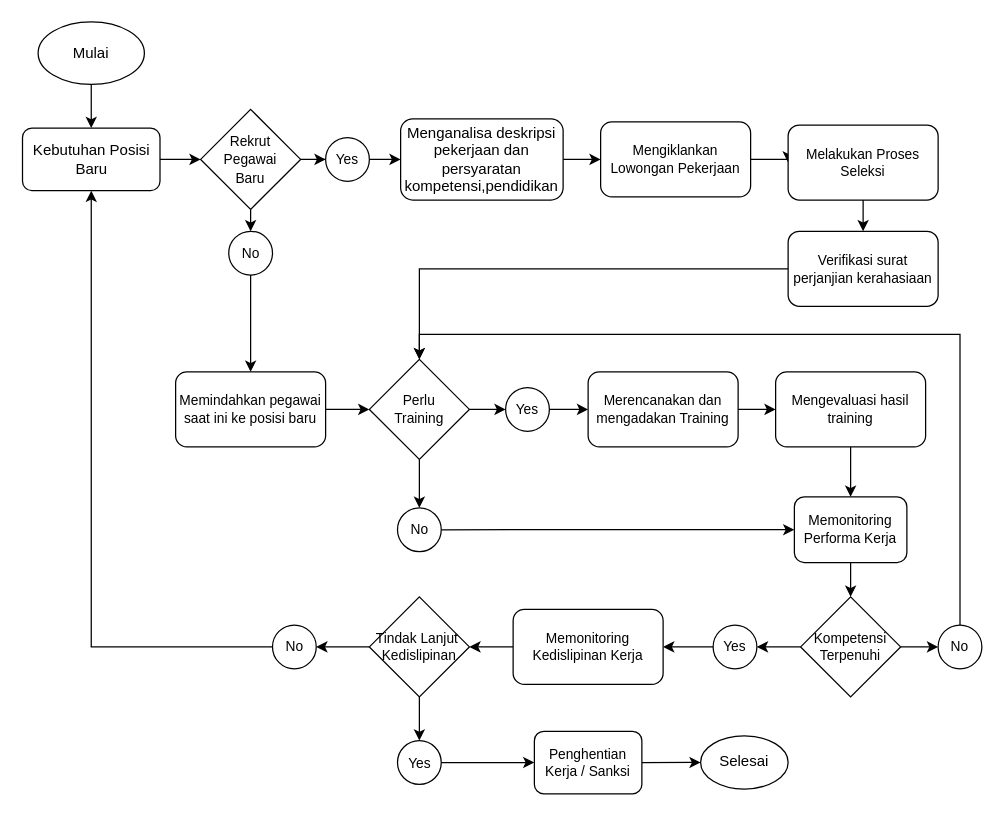
Before: page "Page-1" (1 of 5) of sdm.drawio in kidygamer/trytocode, a draw.io diagram. Source tidied: cells renumbered, new cells numbered last; positions are measured from the earlier drawing's top-left corner, leaving out a move shared by most shapes. Both pictures are drawn from the tidied source at 125%, with x=0, y=0 at pixel (22, 21).
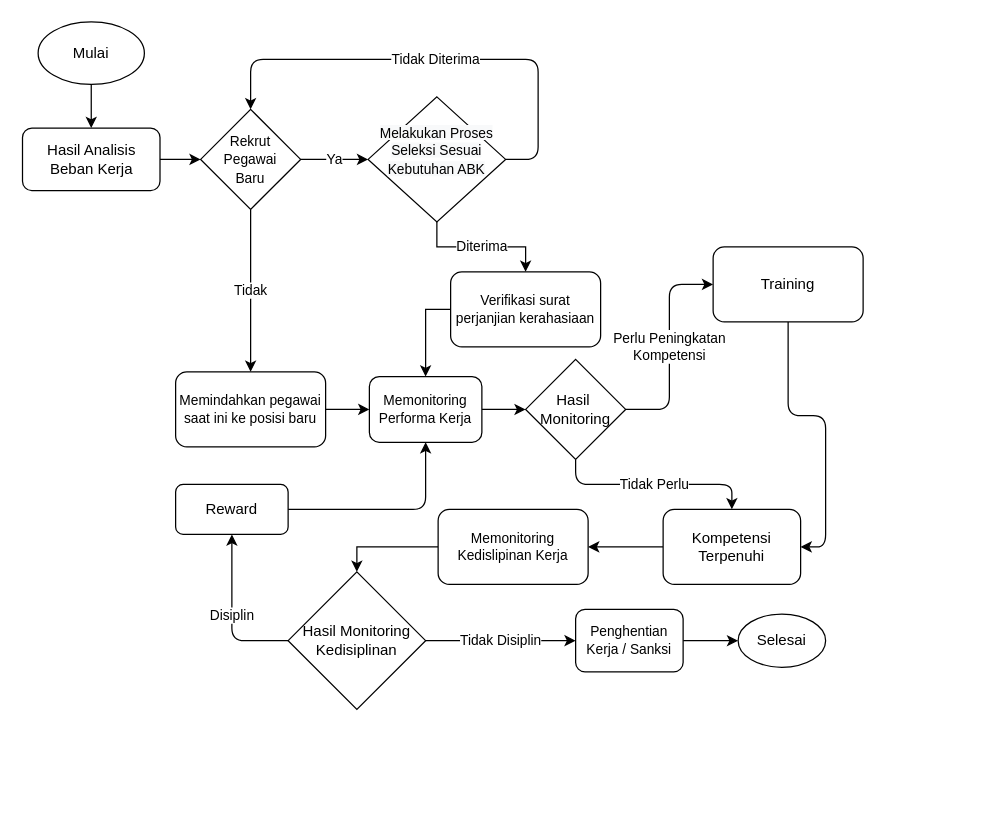
The same page after the edit.

The change refers to these unchanged cells:
```xml
<mxCell id="10" value="&lt;font style=&quot;font-size: 11px;&quot;&gt;Rekrut &lt;br&gt;Pegawai &lt;br&gt;Baru&lt;/font&gt;" style="rhombus;whiteSpace=wrap;html=1;" parent="1" vertex="1">
  <mxGeometry x="142" y="70" width="80" height="80" as="geometry" />
</mxCell>
<mxCell id="25" value="Memindahkan pegawai saat ini ke posisi baru" style="rounded=1;whiteSpace=wrap;html=1;fontSize=11;" parent="1" vertex="1">
  <mxGeometry x="122" y="280" width="120" height="60" as="geometry" />
</mxCell>
```

Diff of the diagram source:
```diff
@@
-    <mxCell id="5" value="Kebutuhan Posisi Baru" style="rounded=1;whiteSpace=wrap;html=1;" parent="1" vertex="1">
+    <mxCell id="5" value="Hasil Analisis Beban Kerja" style="rounded=1;whiteSpace=wrap;html=1;" parent="1" vertex="1">
       <mxGeometry x="-0.5" y="85" width="110" height="50" as="geometry" />
     </mxCell>
-    <mxCell id="6" style="edgeStyle=orthogonalEdgeStyle;rounded=0;jettySize=auto;html=1;exitX=1;exitY=0.5;exitDx=0;exitDy=0;entryX=0;entryY=0.5;entryDx=0;entryDy=0;fontSize=11;" parent="1" edge="1" source="7" target="16">
-      <mxGeometry relative="1" as="geometry" />
-    </mxCell>
-    <mxCell id="7" value="Menganalisa deskripsi pekerjaan dan persyaratan kompetensi,pendidikan" style="rounded=1;whiteSpace=wrap;html=1;" parent="1" vertex="1">
-      <mxGeometry x="302" y="77.5" width="130" height="65" as="geometry" />
-    </mxCell>
-    <mxCell id="8" style="edgeStyle=orthogonalEdgeStyle;rounded=0;jettySize=auto;html=1;exitX=1;exitY=0.5;exitDx=0;exitDy=0;fontSize=11;" parent="1" edge="1" source="10" target="12">
+    <mxCell id="8" value="Ya" style="edgeStyle=orthogonalEdgeStyle;rounded=0;jettySize=auto;html=1;exitX=1;exitY=0.5;exitDx=0;exitDy=0;fontSize=11;entryX=0;entryY=0.5;entryDx=0;entryDy=0;" parent="1" edge="1" source="10" target="56">
       <mxGeometry relative="1" as="geometry" />
     </mxCell>
-    <mxCell id="9" style="edgeStyle=orthogonalEdgeStyle;rounded=0;jettySize=auto;html=1;exitX=0.5;exitY=1;exitDx=0;exitDy=0;fontSize=11;entryX=0.5;entryY=0;entryDx=0;entryDy=0;" parent="1" edge="1" source="10" target="14">
+    <mxCell id="9" value="Tidak" style="edgeStyle=orthogonalEdgeStyle;rounded=0;jettySize=auto;html=1;exitX=0.5;exitY=1;exitDx=0;exitDy=0;fontSize=11;entryX=0.5;entryY=0;entryDx=0;entryDy=0;" parent="1" edge="1" source="10" target="25">
       <mxGeometry relative="1" as="geometry" />
     </mxCell>
@@
-    <mxCell id="11" style="edgeStyle=orthogonalEdgeStyle;rounded=0;jettySize=auto;html=1;exitX=1;exitY=0.5;exitDx=0;exitDy=0;entryX=0;entryY=0.5;entryDx=0;entryDy=0;fontSize=11;" parent="1" edge="1" source="12" target="7">
-      <mxGeometry relative="1" as="geometry" />
-    </mxCell>
-    <mxCell id="12" value="Yes" style="ellipse;whiteSpace=wrap;html=1;fontSize=11;" parent="1" vertex="1">
-      <mxGeometry x="242" y="92.5" width="35" height="35" as="geometry" />
-    </mxCell>
-    <mxCell id="13" style="edgeStyle=orthogonalEdgeStyle;rounded=0;jettySize=auto;html=1;exitX=0.5;exitY=1;exitDx=0;exitDy=0;entryX=0.5;entryY=0;entryDx=0;entryDy=0;fontSize=11;" parent="1" edge="1" source="14" target="25">
-      <mxGeometry relative="1" as="geometry" />
-    </mxCell>
-    <mxCell id="14" value="No" style="ellipse;whiteSpace=wrap;html=1;fontSize=11;" parent="1" vertex="1">
-      <mxGeometry x="164.5" y="167.5" width="35" height="35" as="geometry" />
-    </mxCell>
-    <mxCell id="15" style="edgeStyle=orthogonalEdgeStyle;rounded=0;jettySize=auto;html=1;exitX=1;exitY=0.5;exitDx=0;exitDy=0;entryX=0;entryY=0.5;entryDx=0;entryDy=0;fontSize=11;" parent="1" edge="1" source="16" target="18">
-      <mxGeometry relative="1" as="geometry" />
-    </mxCell>
-    <mxCell id="16" value="Mengiklankan Lowongan Pekerjaan" style="rounded=1;whiteSpace=wrap;html=1;fontSize=11;" parent="1" vertex="1">
-      <mxGeometry x="462" y="80" width="120" height="60" as="geometry" />
-    </mxCell>
-    <mxCell id="17" style="edgeStyle=orthogonalEdgeStyle;rounded=0;jettySize=auto;html=1;exitX=0.5;exitY=1;exitDx=0;exitDy=0;entryX=0.5;entryY=0;entryDx=0;entryDy=0;fontSize=11;" parent="1" edge="1" source="18" target="20">
+    <mxCell id="17" value="Diterima" style="edgeStyle=orthogonalEdgeStyle;rounded=0;jettySize=auto;html=1;exitX=0.5;exitY=1;exitDx=0;exitDy=0;entryX=0.5;entryY=0;entryDx=0;entryDy=0;fontSize=11;" parent="1" edge="1" source="56" target="20">
       <mxGeometry relative="1" as="geometry" />
     </mxCell>
-    <mxCell id="18" value="Melakukan Proses Seleksi" style="rounded=1;whiteSpace=wrap;html=1;fontSize=11;" parent="1" vertex="1">
-      <mxGeometry x="612" y="82.5" width="120" height="60" as="geometry" />
-    </mxCell>
-    <mxCell id="19" style="edgeStyle=orthogonalEdgeStyle;rounded=0;jettySize=auto;html=1;exitX=0;exitY=0.5;exitDx=0;exitDy=0;entryX=0.5;entryY=0;entryDx=0;entryDy=0;fontSize=11;" parent="1" edge="1" source="20" target="23">
+    <mxCell id="19" style="edgeStyle=orthogonalEdgeStyle;rounded=0;jettySize=auto;html=1;exitX=0;exitY=0.5;exitDx=0;exitDy=0;entryX=0.5;entryY=0;entryDx=0;entryDy=0;fontSize=11;" parent="1" edge="1" source="20" target="35">
       <mxGeometry relative="1" as="geometry" />
     </mxCell>
     <mxCell id="20" value="Verifikasi surat perjanjian kerahasiaan" style="rounded=1;whiteSpace=wrap;html=1;fontSize=11;" parent="1" vertex="1">
-      <mxGeometry x="612" y="167.5" width="120" height="60" as="geometry" />
+      <mxGeometry x="342" y="200" width="120" height="60" as="geometry" />
     </mxCell>
-    <mxCell id="21" style="edgeStyle=orthogonalEdgeStyle;rounded=0;jettySize=auto;html=1;exitX=1;exitY=0.5;exitDx=0;exitDy=0;fontSize=11;entryX=0;entryY=0.5;entryDx=0;entryDy=0;" parent="1" edge="1" source="23" target="27">
-      <mxGeometry relative="1" as="geometry" />
-    </mxCell>
-    <mxCell id="22" style="edgeStyle=orthogonalEdgeStyle;rounded=0;jettySize=auto;html=1;exitX=0.5;exitY=1;exitDx=0;exitDy=0;entryX=0.5;entryY=0;entryDx=0;entryDy=0;fontSize=11;" parent="1" edge="1" source="23" target="29">
-      <mxGeometry relative="1" as="geometry" />
-    </mxCell>
-    <mxCell id="23" value="Perlu&lt;br&gt;Training" style="rhombus;whiteSpace=wrap;html=1;fontSize=11;" parent="1" vertex="1">
-      <mxGeometry x="277" y="270" width="80" height="80" as="geometry" />
-    </mxCell>
-    <mxCell id="24" style="edgeStyle=orthogonalEdgeStyle;rounded=0;jettySize=auto;html=1;exitX=1;exitY=0.5;exitDx=0;exitDy=0;entryX=0;entryY=0.5;entryDx=0;entryDy=0;fontSize=11;" parent="1" edge="1" source="25" target="23">
+    <mxCell id="24" style="edgeStyle=orthogonalEdgeStyle;rounded=0;jettySize=auto;html=1;exitX=1;exitY=0.5;exitDx=0;exitDy=0;entryX=0;entryY=0.5;entryDx=0;entryDy=0;fontSize=11;" parent="1" edge="1" source="25" target="35">
       <mxGeometry relative="1" as="geometry" />
     </mxCell>
@@
-    <mxCell id="26" style="edgeStyle=orthogonalEdgeStyle;rounded=0;jettySize=auto;html=1;exitX=1;exitY=0.5;exitDx=0;exitDy=0;entryX=0;entryY=0.5;entryDx=0;entryDy=0;fontSize=11;" parent="1" edge="1" source="27" target="31">
-      <mxGeometry relative="1" as="geometry" />
-    </mxCell>
-    <mxCell id="27" value="Yes" style="ellipse;whiteSpace=wrap;html=1;fontSize=11;" parent="1" vertex="1">
-      <mxGeometry x="386" y="292.5" width="35" height="35" as="geometry" />
-    </mxCell>
-    <mxCell id="28" style="edgeStyle=orthogonalEdgeStyle;rounded=0;jettySize=auto;html=1;exitX=1;exitY=0.5;exitDx=0;exitDy=0;entryX=0;entryY=0.5;entryDx=0;entryDy=0;fontSize=11;" parent="1" edge="1" source="29" target="35">
-      <mxGeometry relative="1" as="geometry" />
-    </mxCell>
-    <mxCell id="29" value="No" style="ellipse;whiteSpace=wrap;html=1;fontSize=11;" parent="1" vertex="1">
-      <mxGeometry x="299.5" y="388.8" width="35" height="35" as="geometry" />
-    </mxCell>
-    <mxCell id="30" style="edgeStyle=orthogonalEdgeStyle;rounded=0;jettySize=auto;html=1;exitX=1;exitY=0.5;exitDx=0;exitDy=0;entryX=0;entryY=0.5;entryDx=0;entryDy=0;fontSize=11;" parent="1" edge="1" source="31" target="33">
-      <mxGeometry relative="1" as="geometry" />
-    </mxCell>
-    <mxCell id="31" value="Merencanakan dan mengadakan Training" style="rounded=1;whiteSpace=wrap;html=1;fontSize=11;" parent="1" vertex="1">
-      <mxGeometry x="452" y="280" width="120" height="60" as="geometry" />
-    </mxCell>
-    <mxCell id="32" style="edgeStyle=orthogonalEdgeStyle;rounded=0;jettySize=auto;html=1;exitX=0.5;exitY=1;exitDx=0;exitDy=0;entryX=0.5;entryY=0;entryDx=0;entryDy=0;fontSize=11;" parent="1" edge="1" source="33" target="35">
-      <mxGeometry relative="1" as="geometry" />
-    </mxCell>
-    <mxCell id="33" value="Mengevaluasi hasil training" style="rounded=1;whiteSpace=wrap;html=1;fontSize=11;" parent="1" vertex="1">
-      <mxGeometry x="602" y="280" width="120" height="60" as="geometry" />
-    </mxCell>
-    <mxCell id="34" style="edgeStyle=orthogonalEdgeStyle;rounded=0;jettySize=auto;html=1;exitX=0.5;exitY=1;exitDx=0;exitDy=0;entryX=0.5;entryY=0;entryDx=0;entryDy=0;fontSize=11;" parent="1" edge="1" source="35" target="38">
-      <mxGeometry relative="1" as="geometry" />
-    </mxCell>
-    <mxCell id="35" value="Memonitoring Performa Kerja" style="rounded=1;whiteSpace=wrap;html=1;fontSize=11;" parent="1" vertex="1">
-      <mxGeometry x="617" y="380" width="90" height="52.5" as="geometry" />
-    </mxCell>
-    <mxCell id="36" style="edgeStyle=orthogonalEdgeStyle;rounded=0;jettySize=auto;html=1;exitX=0;exitY=0.5;exitDx=0;exitDy=0;entryX=1;entryY=0.5;entryDx=0;entryDy=0;fontSize=11;" parent="1" edge="1" source="38" target="40">
-      <mxGeometry relative="1" as="geometry" />
-    </mxCell>
-    <mxCell id="37" style="edgeStyle=orthogonalEdgeStyle;rounded=0;jettySize=auto;html=1;exitX=1;exitY=0.5;exitDx=0;exitDy=0;entryX=0;entryY=0.5;entryDx=0;entryDy=0;fontSize=11;" parent="1" edge="1" source="38" target="54">
-      <mxGeometry relative="1" as="geometry" />
-    </mxCell>
-    <mxCell id="38" value="Kompetensi&lt;br&gt;Terpenuhi" style="rhombus;whiteSpace=wrap;html=1;fontSize=11;" parent="1" vertex="1">
-      <mxGeometry x="622" y="460" width="80" height="80" as="geometry" />
-    </mxCell>
-    <mxCell id="39" style="edgeStyle=orthogonalEdgeStyle;rounded=0;jettySize=auto;html=1;exitX=0;exitY=0.5;exitDx=0;exitDy=0;entryX=1;entryY=0.5;entryDx=0;entryDy=0;fontSize=11;" parent="1" edge="1" source="40" target="42">
-      <mxGeometry relative="1" as="geometry" />
-    </mxCell>
-    <mxCell id="40" value="Yes" style="ellipse;whiteSpace=wrap;html=1;fontSize=11;" parent="1" vertex="1">
-      <mxGeometry x="552" y="482.5" width="35" height="35" as="geometry" />
-    </mxCell>
-    <mxCell id="41" style="edgeStyle=orthogonalEdgeStyle;rounded=0;jettySize=auto;html=1;exitX=0;exitY=0.5;exitDx=0;exitDy=0;entryX=1;entryY=0.5;entryDx=0;entryDy=0;fontSize=11;" parent="1" edge="1" source="42" target="45">
+    <mxCell id="41" style="edgeStyle=orthogonalEdgeStyle;rounded=0;jettySize=auto;html=1;exitX=0;exitY=0.5;exitDx=0;exitDy=0;entryX=0.5;entryY=0;entryDx=0;entryDy=0;fontSize=11;" parent="1" edge="1" source="42" target="66">
       <mxGeometry relative="1" as="geometry" />
     </mxCell>
     <mxCell id="42" value="Memonitoring Kedislipinan Kerja" style="rounded=1;whiteSpace=wrap;html=1;fontSize=11;" parent="1" vertex="1">
-      <mxGeometry x="392" y="470" width="120" height="60" as="geometry" />
+      <mxGeometry x="332" y="390" width="120" height="60" as="geometry" />
     </mxCell>
-    <mxCell id="43" style="edgeStyle=orthogonalEdgeStyle;rounded=0;jettySize=auto;html=1;exitX=0;exitY=0.5;exitDx=0;exitDy=0;entryX=1;entryY=0.5;entryDx=0;entryDy=0;fontSize=11;" parent="1" edge="1" source="45" target="49">
-      <mxGeometry relative="1" as="geometry" />
-    </mxCell>
-    <mxCell id="44" style="edgeStyle=orthogonalEdgeStyle;rounded=0;jettySize=auto;html=1;exitX=0.5;exitY=1;exitDx=0;exitDy=0;entryX=0.5;entryY=0;entryDx=0;entryDy=0;fontSize=11;" parent="1" edge="1" source="45" target="47">
-      <mxGeometry relative="1" as="geometry" />
-    </mxCell>
-    <mxCell id="45" value="Tindak Lanjut&amp;nbsp;&lt;br&gt;Kedislipinan" style="rhombus;whiteSpace=wrap;html=1;fontSize=11;" parent="1" vertex="1">
-      <mxGeometry x="277" y="460" width="80" height="80" as="geometry" />
-    </mxCell>
-    <mxCell id="46" style="edgeStyle=orthogonalEdgeStyle;rounded=0;jettySize=auto;html=1;exitX=1;exitY=0.5;exitDx=0;exitDy=0;entryX=0;entryY=0.5;entryDx=0;entryDy=0;fontSize=11;" parent="1" edge="1" source="47" target="51">
-      <mxGeometry relative="1" as="geometry" />
-    </mxCell>
-    <mxCell id="47" value="Yes" style="ellipse;whiteSpace=wrap;html=1;fontSize=11;" parent="1" vertex="1">
-      <mxGeometry x="299.5" y="575" width="35" height="35" as="geometry" />
-    </mxCell>
-    <mxCell id="48" style="edgeStyle=orthogonalEdgeStyle;rounded=0;jettySize=auto;html=1;exitX=0;exitY=0.5;exitDx=0;exitDy=0;entryX=0.5;entryY=1;entryDx=0;entryDy=0;fontSize=11;" parent="1" edge="1" source="49" target="5">
-      <mxGeometry relative="1" as="geometry" />
-    </mxCell>
-    <mxCell id="49" value="No" style="ellipse;whiteSpace=wrap;html=1;fontSize=11;" parent="1" vertex="1">
-      <mxGeometry x="199.5" y="482.5" width="35" height="35" as="geometry" />
-    </mxCell>
@@
     <mxCell id="51" value="Penghentian Kerja / Sanksi" style="rounded=1;whiteSpace=wrap;html=1;fontSize=11;" parent="1" vertex="1">
-      <mxGeometry x="409" y="567.5" width="86" height="50" as="geometry" />
+      <mxGeometry x="442" y="470" width="86" height="50" as="geometry" />
     </mxCell>
     <mxCell id="52" value="Selesai" style="ellipse;whiteSpace=wrap;html=1;" parent="1" vertex="1">
-      <mxGeometry x="542" y="571.2" width="70" height="42.5" as="geometry" />
+      <mxGeometry x="572" y="473.8" width="70" height="42.5" as="geometry" />
     </mxCell>
-    <mxCell id="53" style="edgeStyle=orthogonalEdgeStyle;rounded=0;jettySize=auto;html=1;exitX=0.5;exitY=0;exitDx=0;exitDy=0;entryX=0.5;entryY=0;entryDx=0;entryDy=0;fontSize=11;" parent="1" edge="1" source="54" target="23">
-      <mxGeometry relative="1" as="geometry" />
-    </mxCell>
-    <mxCell id="54" value="No" style="ellipse;whiteSpace=wrap;html=1;fontSize=11;" parent="1" vertex="1">
-      <mxGeometry x="732" y="482.5" width="35" height="35" as="geometry" />
-    </mxCell>
+    <mxCell id="55" value="Tidak Diterima" style="edgeStyle=orthogonalEdgeStyle;curved=0;rounded=1;sketch=0;jettySize=auto;html=1;exitX=1;exitY=0.5;exitDx=0;exitDy=0;entryX=0.5;entryY=0;entryDx=0;entryDy=0;" parent="1" edge="1" source="56" target="10">
+      <mxGeometry relative="1" as="geometry">
+        <Array as="points">
+          <mxPoint x="412" y="110" />
+          <mxPoint x="412" y="30" />
+          <mxPoint x="182" y="30" />
+        </Array>
+      </mxGeometry>
+    </mxCell>
+    <mxCell id="56" value="&#10;&lt;span style=&quot;color: rgb(0, 0, 0); font-family: Helvetica; font-size: 11px; font-style: normal; font-variant-ligatures: normal; font-variant-caps: normal; font-weight: 400; letter-spacing: normal; orphans: 2; text-align: center; text-indent: 0px; text-transform: none; widows: 2; word-spacing: 0px; -webkit-text-stroke-width: 0px; background-color: rgb(248, 249, 250); text-decoration-thickness: initial; text-decoration-style: initial; text-decoration-color: initial; float: none; display: inline !important;&quot;&gt;Melakukan Proses Seleksi Sesuai Kebutuhan ABK&lt;/span&gt;&#10;&#10;" style="rhombus;whiteSpace=wrap;html=1;rounded=0;sketch=0;" parent="1" vertex="1">
+      <mxGeometry x="276" y="60" width="110" height="100" as="geometry" />
+    </mxCell>
+    <mxCell id="57" style="edgeStyle=orthogonalEdgeStyle;curved=0;rounded=1;sketch=0;jettySize=auto;html=1;exitX=1;exitY=0.5;exitDx=0;exitDy=0;entryX=0;entryY=0.5;entryDx=0;entryDy=0;" parent="1" edge="1" source="35" target="60">
+      <mxGeometry relative="1" as="geometry" />
+    </mxCell>
+    <mxCell id="35" value="Memonitoring Performa Kerja" style="rounded=1;whiteSpace=wrap;html=1;fontSize=11;" parent="1" vertex="1">
+      <mxGeometry x="277" y="283.8" width="90" height="52.5" as="geometry" />
+    </mxCell>
+    <mxCell id="58" value="Perlu Peningkatan&lt;br&gt;Kompetensi" style="edgeStyle=orthogonalEdgeStyle;curved=0;rounded=1;sketch=0;jettySize=auto;html=1;exitX=1;exitY=0.5;exitDx=0;exitDy=0;entryX=0;entryY=0.5;entryDx=0;entryDy=0;" parent="1" edge="1" source="60" target="62">
+      <mxGeometry relative="1" as="geometry" />
+    </mxCell>
+    <mxCell id="59" value="Tidak Perlu" style="edgeStyle=orthogonalEdgeStyle;curved=0;rounded=1;sketch=0;jettySize=auto;html=1;exitX=0.5;exitY=1;exitDx=0;exitDy=0;entryX=0.5;entryY=0;entryDx=0;entryDy=0;" parent="1" edge="1" source="60" target="38">
+      <mxGeometry relative="1" as="geometry" />
+    </mxCell>
+    <mxCell id="60" value="Hasil&amp;nbsp;&lt;br&gt;Monitoring" style="rhombus;whiteSpace=wrap;html=1;rounded=0;sketch=0;" parent="1" vertex="1">
+      <mxGeometry x="402" y="270" width="80" height="80" as="geometry" />
+    </mxCell>
+    <mxCell id="61" style="edgeStyle=orthogonalEdgeStyle;curved=0;rounded=1;sketch=0;jettySize=auto;html=1;exitX=0.5;exitY=1;exitDx=0;exitDy=0;entryX=1;entryY=0.5;entryDx=0;entryDy=0;" parent="1" edge="1" source="62" target="38">
+      <mxGeometry relative="1" as="geometry" />
+    </mxCell>
+    <mxCell id="62" value="Training" style="rounded=1;whiteSpace=wrap;html=1;sketch=0;" parent="1" vertex="1">
+      <mxGeometry x="552" y="180" width="120" height="60" as="geometry" />
+    </mxCell>
+    <mxCell id="63" style="edgeStyle=orthogonalEdgeStyle;curved=0;rounded=1;sketch=0;jettySize=auto;html=1;exitX=0;exitY=0.5;exitDx=0;exitDy=0;entryX=1;entryY=0.5;entryDx=0;entryDy=0;" parent="1" edge="1" source="38" target="42">
+      <mxGeometry relative="1" as="geometry" />
+    </mxCell>
+    <mxCell id="38" value="Kompetensi Terpenuhi" style="rounded=1;whiteSpace=wrap;html=1;sketch=0;" parent="1" vertex="1">
+      <mxGeometry x="512" y="390" width="110" height="60" as="geometry" />
+    </mxCell>
+    <mxCell id="64" value="Tidak Disiplin" style="edgeStyle=orthogonalEdgeStyle;curved=0;rounded=1;sketch=0;jettySize=auto;html=1;exitX=1;exitY=0.5;exitDx=0;exitDy=0;entryX=0;entryY=0.5;entryDx=0;entryDy=0;" parent="1" edge="1" source="66" target="51">
+      <mxGeometry relative="1" as="geometry" />
+    </mxCell>
+    <mxCell id="65" value="Disiplin" style="edgeStyle=orthogonalEdgeStyle;curved=0;rounded=1;sketch=0;jettySize=auto;html=1;exitX=0;exitY=0.5;exitDx=0;exitDy=0;entryX=0.5;entryY=1;entryDx=0;entryDy=0;" parent="1" edge="1" source="66" target="68">
+      <mxGeometry relative="1" as="geometry" />
+    </mxCell>
+    <mxCell id="66" value="Hasil Monitoring&lt;br&gt;Kedisiplinan" style="rhombus;whiteSpace=wrap;html=1;rounded=0;sketch=0;" parent="1" vertex="1">
+      <mxGeometry x="212" y="440" width="110" height="110" as="geometry" />
+    </mxCell>
+    <mxCell id="67" style="edgeStyle=orthogonalEdgeStyle;curved=0;rounded=1;sketch=0;jettySize=auto;html=1;exitX=1;exitY=0.5;exitDx=0;exitDy=0;entryX=0.5;entryY=1;entryDx=0;entryDy=0;" parent="1" edge="1" source="68" target="35">
+      <mxGeometry relative="1" as="geometry" />
+    </mxCell>
+    <mxCell id="68" value="Reward" style="rounded=1;whiteSpace=wrap;html=1;sketch=0;" parent="1" vertex="1">
+      <mxGeometry x="122" y="370" width="90" height="40" as="geometry" />
+    </mxCell>
```
